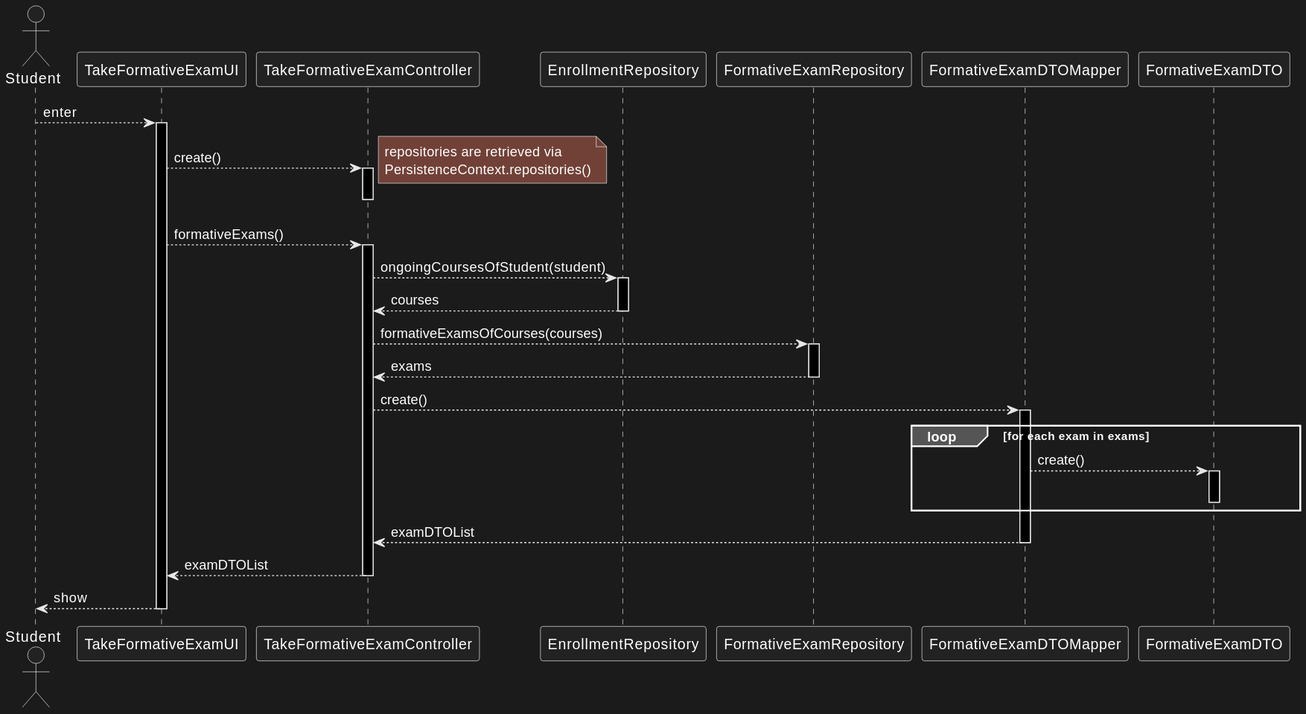
jovami/isep-lapr4 keeps this PlantUML diagram as docs/us_2009/1-list-fexams.svg. Above is the earlier version.
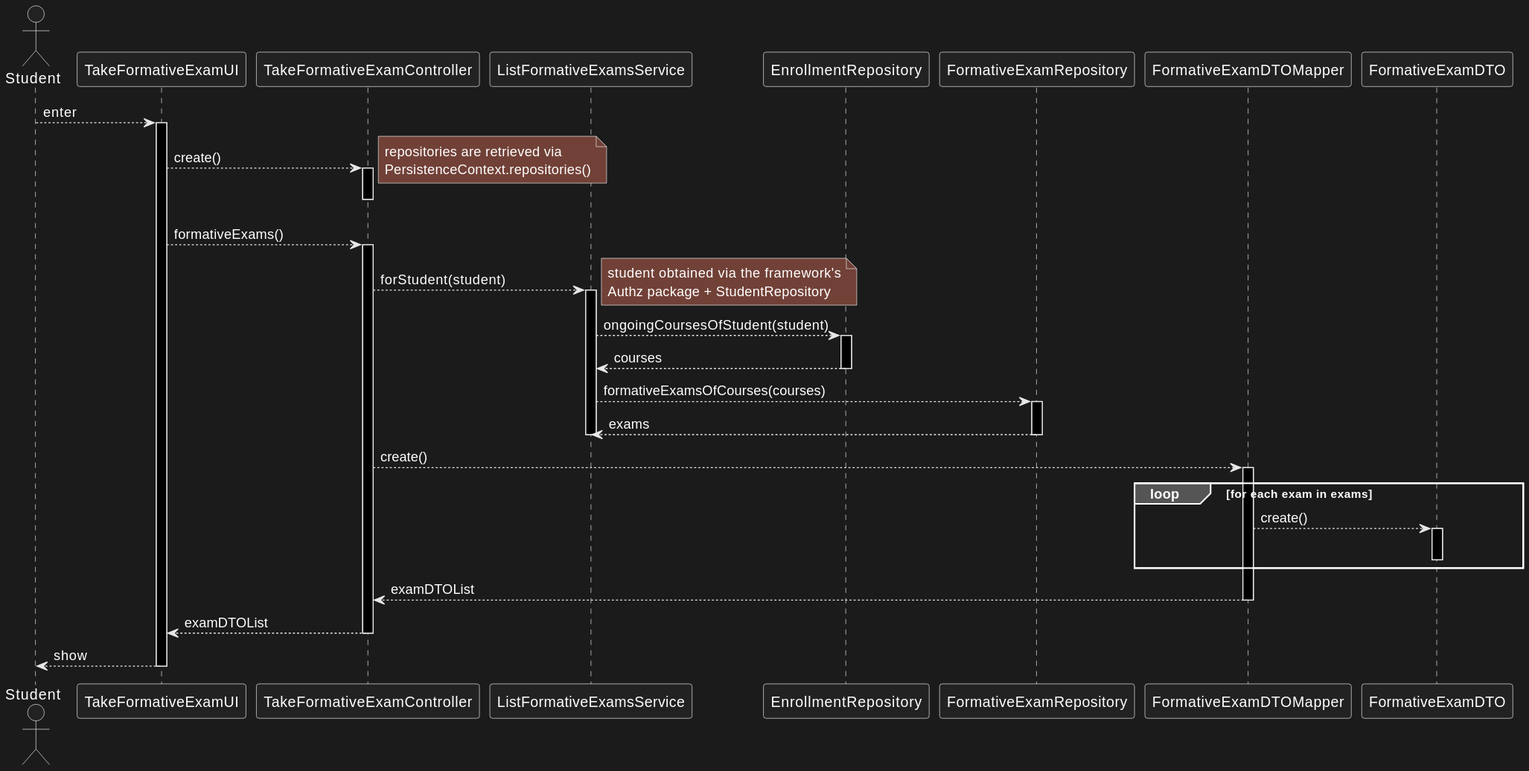
After the change.

Diff of the diagram source:
```diff
@@ -4,6 +4,7 @@
 participant TakeFormativeExamUI as ui
 participant TakeFormativeExamController as ctrl
 
+participant ListFormativeExamsService as svc
 participant EnrollmentRepository as enrollment_repo
 participant FormativeExamRepository as fexam_repo
 
@@ -20,15 +21,19 @@
 
     ui --> ctrl : formativeExams()
     activate ctrl
-        ctrl --> enrollment_repo : ongoingCoursesOfStudent(student)
-        activate enrollment_repo
-            enrollment_repo --> ctrl : courses
-        deactivate enrollment_repo
+        ctrl --> svc : forStudent(student)
+        activate svc
+            note right : student obtained via the framework's\nAuthz package + StudentRepository
+            svc --> enrollment_repo : ongoingCoursesOfStudent(student)
+            activate enrollment_repo
+                enrollment_repo --> svc : courses
+            deactivate enrollment_repo
 
-        ctrl --> fexam_repo : formativeExamsOfCourses(courses)
-        activate fexam_repo
-            fexam_repo --> ctrl : exams
-        deactivate fexam_repo
+            svc --> fexam_repo : formativeExamsOfCourses(courses)
+            activate fexam_repo
+                fexam_repo --> svc : exams
+            deactivate fexam_repo
+        deactivate svc
 
         ctrl --> mapper : create()
         activate mapper
```
